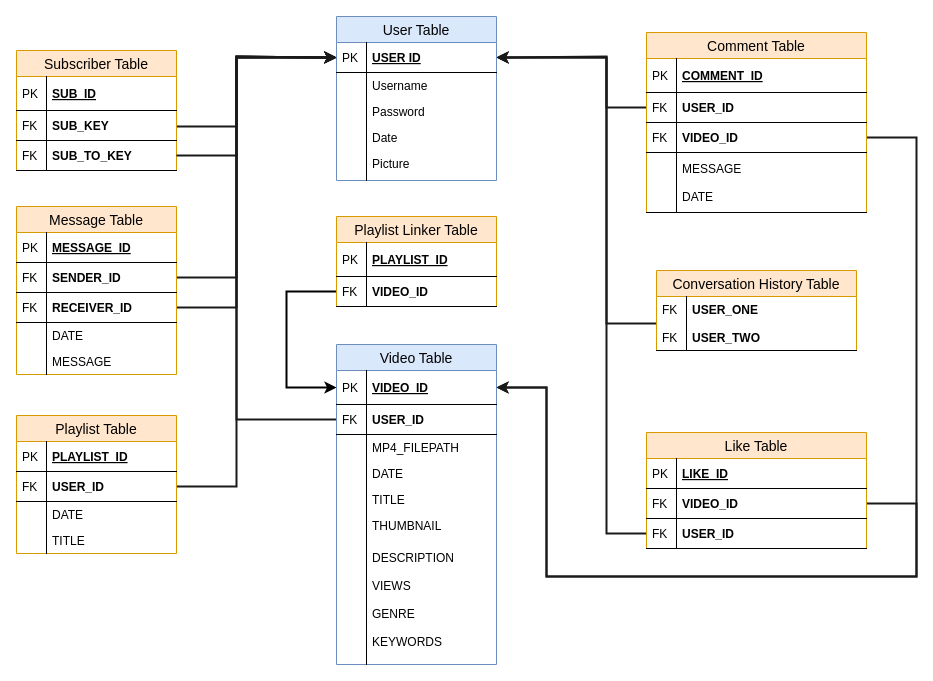
This is Design/Tables/MeTube Table Schema.drawio from Jacob-Mellichamp/MeTube, a draw.io file, before an edit. Source tidied: cells renumbered, new cells numbered last; positions are measured from the earlier drawing's top-left corner, leaving out a move shared by most shapes. Both pictures are drawn from the tidied source at 100%, with x=0, y=0 at pixel (16, 16).
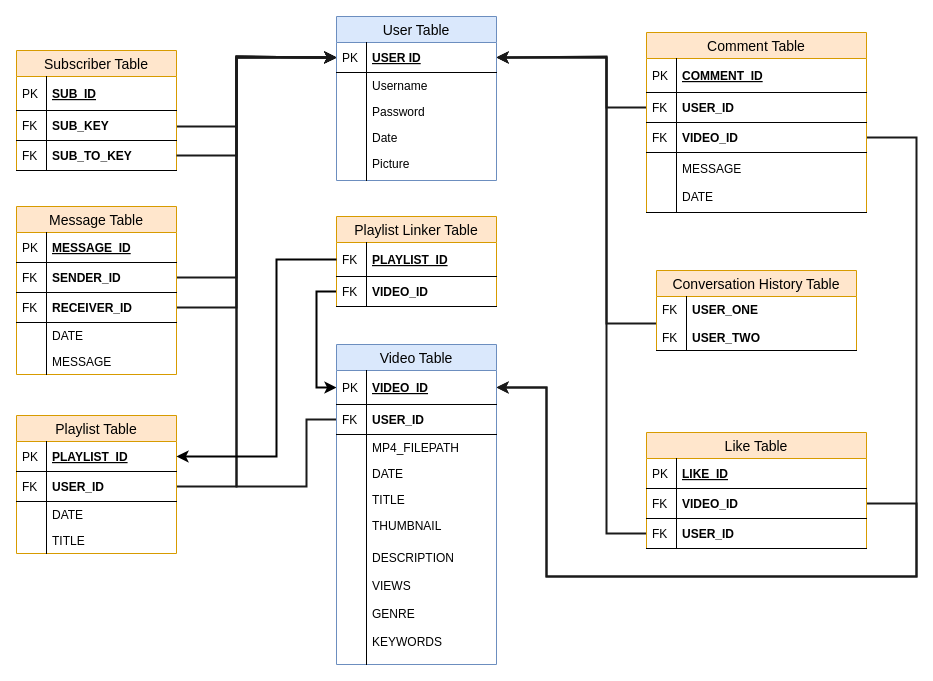
After the change.

The change refers to these unchanged cells:
```xml
<mxCell id="14" value="PLAYLIST_ID" style="shape=partialRectangle;top=0;left=0;right=0;bottom=1;align=left;verticalAlign=middle;fillColor=none;spacingLeft=34;spacingRight=4;overflow=hidden;points=[[0,0.5],[1,0.5]];portConstraint=eastwest;fontStyle=5;fontSize=12;" parent="13" vertex="1">
  <mxGeometry y="26" width="160" height="34" as="geometry" />
</mxCell>
<mxCell id="16" value="VIDEO_ID" style="shape=partialRectangle;top=0;left=0;right=0;bottom=1;align=left;verticalAlign=middle;fillColor=none;spacingLeft=34;spacingRight=4;overflow=hidden;points=[[0,0.5],[1,0.5]];portConstraint=eastwest;fontStyle=1;fontSize=12;" parent="13" vertex="1">
  <mxGeometry y="60" width="160" height="30" as="geometry" />
</mxCell>
<mxCell id="19" value="VIDEO_ID" style="shape=partialRectangle;top=0;left=0;right=0;bottom=1;align=left;verticalAlign=middle;fillColor=none;spacingLeft=34;spacingRight=4;overflow=hidden;points=[[0,0.5],[1,0.5]];portConstraint=eastwest;fontStyle=5;fontSize=12;" parent="18" vertex="1">
  <mxGeometry y="26" width="160" height="34" as="geometry" />
</mxCell>
<mxCell id="21" value="USER_ID" style="shape=partialRectangle;top=0;left=0;right=0;bottom=1;align=left;verticalAlign=middle;fillColor=none;spacingLeft=34;spacingRight=4;overflow=hidden;points=[[0,0.5],[1,0.5]];portConstraint=eastwest;fontStyle=1;fontSize=12;" parent="18" vertex="1">
  <mxGeometry y="60" width="160" height="30" as="geometry" />
</mxCell>
<mxCell id="52" value="PLAYLIST_ID" style="shape=partialRectangle;top=0;left=0;right=0;bottom=1;align=left;verticalAlign=middle;fillColor=none;spacingLeft=34;spacingRight=4;overflow=hidden;points=[[0,0.5],[1,0.5]];portConstraint=eastwest;fontStyle=5;fontSize=12;" parent="51" vertex="1">
  <mxGeometry y="26" width="160" height="30" as="geometry" />
</mxCell>
<mxCell id="81" value="USER ID" style="shape=partialRectangle;top=0;left=0;right=0;bottom=1;align=left;verticalAlign=middle;fillColor=none;spacingLeft=34;spacingRight=4;overflow=hidden;points=[[0,0.5],[1,0.5]];portConstraint=eastwest;fontStyle=5;fontSize=12;" parent="80" vertex="1">
  <mxGeometry y="26" width="160" height="30" as="geometry" />
</mxCell>
```

Diff of the diagram source:
```diff
@@
     <mxCell id="2" style="edgeStyle=orthogonalEdgeStyle;rounded=0;jettySize=auto;html=1;exitX=0;exitY=0.5;exitDx=0;exitDy=0;fillColor=#dae8fc;strokeColor=#1A1A1A;strokeWidth=2;entryX=0;entryY=0.5;entryDx=0;entryDy=0;" parent="1" edge="1" source="21" target="81">
       <mxGeometry relative="1" as="geometry">
         <Array as="points">
-          <mxPoint x="220" y="403" />
+          <mxPoint x="290" y="403" />
+          <mxPoint x="290" y="470" />
+          <mxPoint x="220" y="470" />
           <mxPoint x="220" y="40" />
+          <mxPoint x="320" y="40" />
         </Array>
       </mxGeometry>
     </mxCell>
@@
     <mxCell id="12" style="edgeStyle=orthogonalEdgeStyle;rounded=0;jettySize=auto;html=1;fillColor=#dae8fc;strokeColor=#000000;exitX=0;exitY=0.5;exitDx=0;exitDy=0;strokeWidth=2;entryX=0;entryY=0.5;entryDx=0;entryDy=0;" parent="1" edge="1" source="16" target="19">
       <mxGeometry relative="1" as="geometry">
         <Array as="points">
-          <mxPoint x="270" y="275" />
-          <mxPoint x="270" y="371" />
+          <mxPoint x="300" y="275" />
+          <mxPoint x="300" y="371" />
         </Array>
       </mxGeometry>
     </mxCell>
@@
-    <mxCell id="15" value="PK" style="shape=partialRectangle;top=0;left=0;bottom=0;fillColor=none;align=left;verticalAlign=middle;spacingLeft=4;spacingRight=4;overflow=hidden;fontSize=12;" parent="14" vertex="1">
+    <mxCell id="15" value="FK" style="shape=partialRectangle;top=0;left=0;bottom=0;fillColor=none;align=left;verticalAlign=middle;spacingLeft=4;spacingRight=4;overflow=hidden;fontSize=12;" parent="14" vertex="1">
       <mxGeometry width="30" height="34" as="geometry" />
     </mxCell>
@@
+    <mxCell id="91" style="edgeStyle=orthogonalEdgeStyle;rounded=0;jettySize=auto;html=1;fillColor=#dae8fc;strokeColor=#000000;exitX=0;exitY=0.5;exitDx=0;exitDy=0;strokeWidth=2;entryX=1;entryY=0.5;entryDx=0;entryDy=0;" parent="1" edge="1" source="14" target="52">
+      <mxGeometry relative="1" as="geometry">
+        <Array as="points">
+          <mxPoint x="260" y="243" />
+          <mxPoint x="260" y="440" />
+        </Array>
+      </mxGeometry>
+    </mxCell>
```
